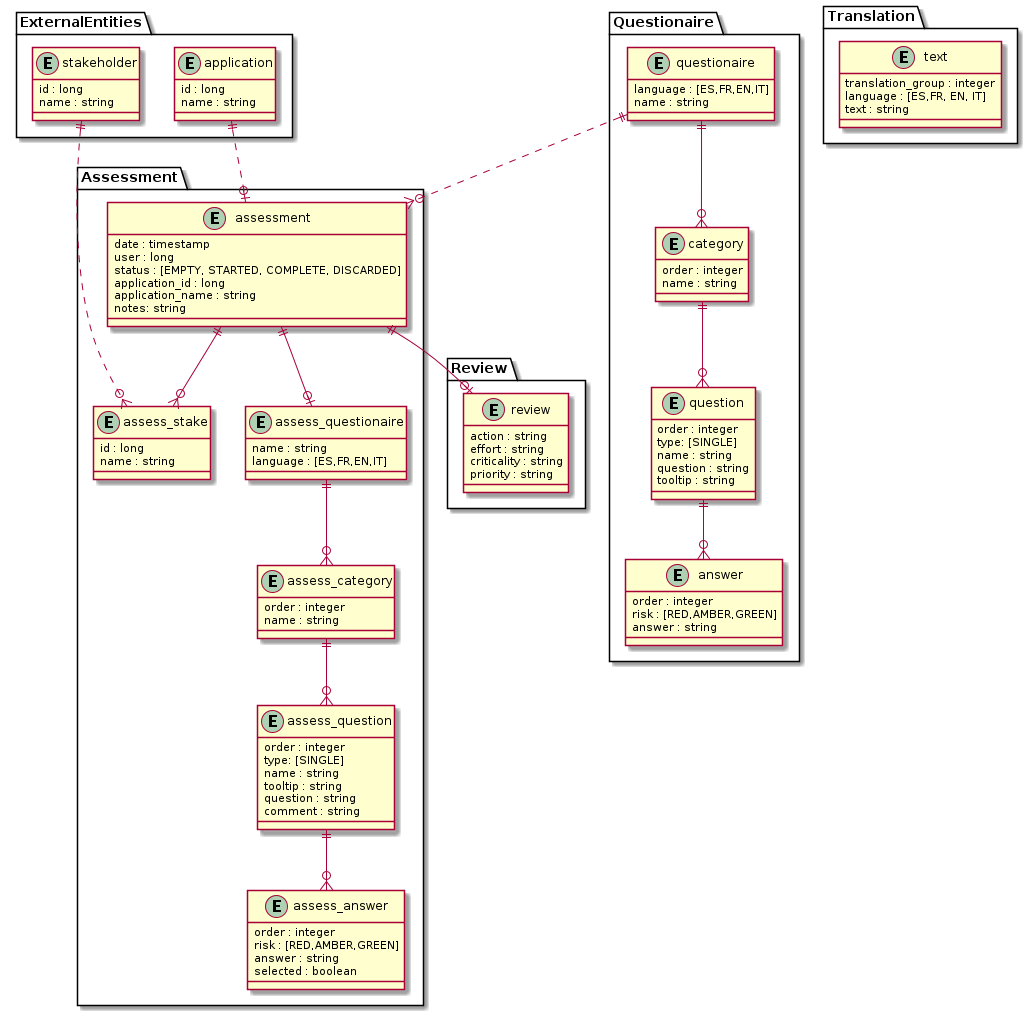
The PlantUML diagram doc/diagrams/out/Model.png in konveyor/tackle-pathfinder, before a commit.
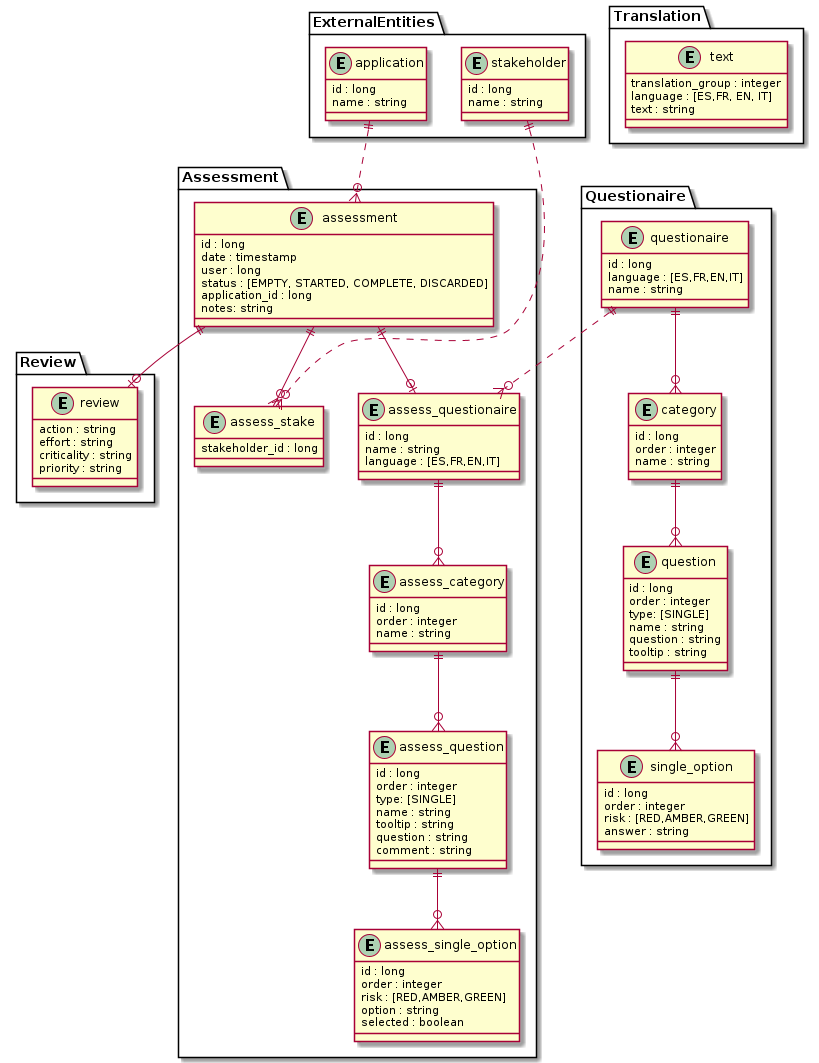
The same diagram one commit later.

What changed in the source:
```diff
@@ -14,22 +14,25 @@
 package Assessment {
 
     entity assessment {
+        id : long
         date : timestamp
         user : long
         status : [EMPTY, STARTED, COMPLETE, DISCARDED]
         application_id : long
-        application_name : string
         notes: string
     }
     entity assess_questionaire {
+        id : long
         name : string
         language : [ES,FR,EN,IT]
     }
     entity assess_category {
+        id : long
         order : integer
         name : string
     }
     entity assess_question {
+        id : long
         order : integer
         type: [SINGLE]
         name : string
@@ -38,20 +41,21 @@
         comment : string
     }
 
-    entity assess_answer {
+    entity assess_single_option {
+        id : long
         order : integer
         risk : [RED,AMBER,GREEN]
-        answer : string
+        option : string
         selected : boolean
     }
 
     entity assess_stake {
-        id : long
-        name : string
+        stakeholder_id : long
     }
+
     assess_questionaire ||--o{ assess_category
     assess_category ||--o{ assess_question
-    assess_question ||--o{ assess_answer
+    assess_question ||--o{ assess_single_option
     assessment ||--o| assess_questionaire
 
 }
@@ -66,28 +70,32 @@
 
 package Questionaire {
     entity questionaire {
+        id : long
         language : [ES,FR,EN,IT]
         name : string
     }
     entity category {
+        id : long
         order : integer
         name : string
     }
     entity question {
+        id : long
         order : integer
         type: [SINGLE]
         name : string
         question : string
         tooltip : string
     }
-    entity answer {
+    entity single_option {
+        id : long
         order : integer
         risk : [RED,AMBER,GREEN]
         answer : string
     }
     questionaire ||--o{ category
     category ||--o{ question
-    question ||--o{ answer
+    question ||--o{ single_option
 }
 
 package Translation {
@@ -101,9 +109,9 @@
 assessment ||--o{ assess_stake
 assessment ||--o| review
 
-application ||..o| assessment
+application ||..o{ assessment
 stakeholder ||..o{ assess_stake
 
-questionaire ||..o{ assessment
+questionaire ||..o{ assess_questionaire
 
 @enduml
```
